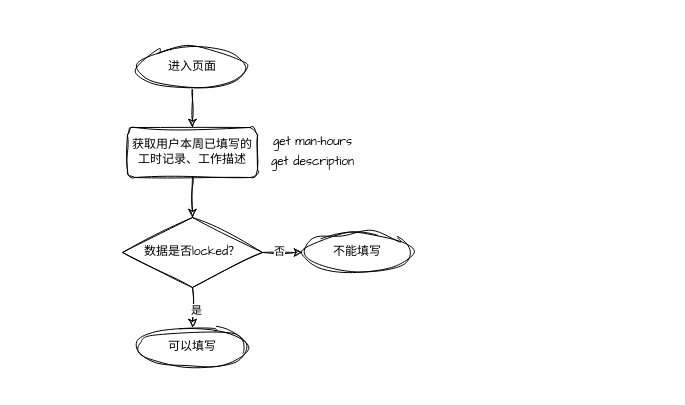
wanting12345/my-project keeps this draw.io diagram as SCUT RobotLab/未命名绘图.drawio. Above is the earlier version. Source tidied: cells renumbered, new cells numbered last; positions are measured from the earlier drawing's top-left corner, leaving out a move shared by most shapes. Both pictures are drawn from the tidied source at 100%, with x=0, y=0 at pixel (122, 47).
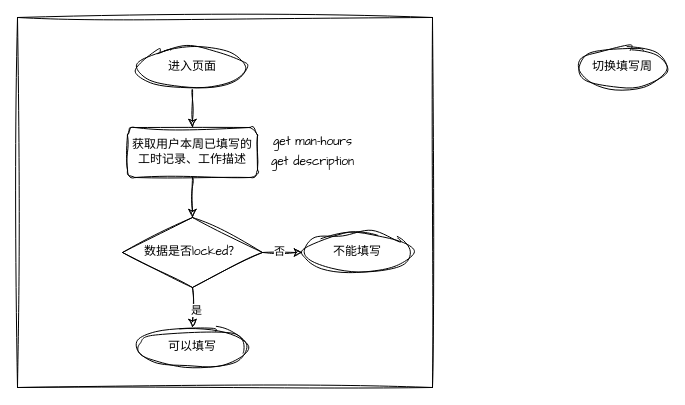
The same diagram, later.

Commit message (it also covers changes not shown here):
更新未命名绘图.drawio

Diff of the diagram source:
```diff
@@
 <mxGraphModel>
   <root>
     <mxCell id="0" />
     <mxCell id="1" parent="0" />
+    <mxCell id="15" style="rounded=0;whiteSpace=wrap;html=1;sketch=1;hachureGap=4;jiggle=2;curveFitting=1;fontFamily=Architects Daughter;" parent="1" vertex="1">
+      <mxGeometry x="-105" y="-30" width="415" height="370" as="geometry" />
+    </mxCell>
     <mxCell id="2" style="edgeStyle=orthogonalEdgeStyle;sketch=1;hachureGap=4;jiggle=2;curveFitting=1;jettySize=auto;html=1;exitX=0.5;exitY=1;exitDx=0;exitDy=0;entryX=0.5;entryY=0;entryDx=0;entryDy=0;fontFamily=Architects Daughter;" parent="1" edge="1" source="3" target="10">
       <mxGeometry relative="1" as="geometry" />
     </mxCell>
     <mxCell id="3" value="获取用户本周已填写的工时记录、工作描述" style="rounded=1;whiteSpace=wrap;html=1;sketch=1;hachureGap=4;jiggle=2;curveFitting=1;fontFamily=Architects Daughter;" parent="1" vertex="1">
       <mxGeometry x="5" y="80" width="130" height="50" as="geometry" />
     </mxCell>
     <mxCell id="4" style="edgeStyle=orthogonalEdgeStyle;sketch=1;hachureGap=4;jiggle=2;curveFitting=1;jettySize=auto;html=1;exitX=0.5;exitY=1;exitDx=0;exitDy=0;fontFamily=Architects Daughter;" parent="1" edge="1" source="5" target="3">
       <mxGeometry relative="1" as="geometry" />
     </mxCell>
     <mxCell id="5" value="进入页面" style="ellipse;whiteSpace=wrap;html=1;sketch=1;hachureGap=4;jiggle=2;curveFitting=1;fontFamily=Architects Daughter;" parent="1" vertex="1">
       <mxGeometry x="15" width="110" height="40" as="geometry" />
     </mxCell>
     <mxCell id="6" style="edgeStyle=orthogonalEdgeStyle;sketch=1;hachureGap=4;jiggle=2;curveFitting=1;jettySize=auto;html=1;exitX=0.5;exitY=1;exitDx=0;exitDy=0;fontFamily=Architects Daughter;" parent="1" edge="1" source="10" target="13">
       <mxGeometry relative="1" as="geometry" />
     </mxCell>
     <mxCell id="7" value="是" style="edgeLabel;html=1;align=center;verticalAlign=middle;sketch=1;hachureGap=4;jiggle=2;curveFitting=1;fontFamily=Architects Daughter;" parent="6" vertex="1">
       <mxGeometry x="0.12" y="3" relative="1" as="geometry" />
     </mxCell>
     <mxCell id="8" style="edgeStyle=orthogonalEdgeStyle;sketch=1;hachureGap=4;jiggle=2;curveFitting=1;jettySize=auto;html=1;exitX=1;exitY=0.5;exitDx=0;exitDy=0;entryX=0;entryY=0.5;entryDx=0;entryDy=0;fontFamily=Architects Daughter;" parent="1" edge="1" source="10" target="14">
       <mxGeometry relative="1" as="geometry" />
     </mxCell>
     <mxCell id="9" value="否" style="edgeLabel;html=1;align=center;verticalAlign=middle;sketch=1;hachureGap=4;jiggle=2;curveFitting=1;fontFamily=Architects Daughter;" parent="8" vertex="1">
       <mxGeometry x="-0.21" y="2" relative="1" as="geometry" />
     </mxCell>
     <mxCell id="10" value="数据是否locked？" style="rhombus;whiteSpace=wrap;html=1;sketch=1;hachureGap=4;jiggle=2;curveFitting=1;fontFamily=Architects Daughter;" parent="1" vertex="1">
       <mxGeometry y="170" width="140" height="70" as="geometry" />
     </mxCell>
     <mxCell id="11" value="get man-hours" style="text;html=1;align=center;verticalAlign=middle;strokeColor=none;fillColor=none;fontFamily=Architects Daughter;" parent="1" vertex="1">
       <mxGeometry x="140" y="80" width="100" height="30" as="geometry" />
     </mxCell>
     <mxCell id="12" value="get description" style="text;html=1;align=center;verticalAlign=middle;strokeColor=none;fillColor=none;fontFamily=Architects Daughter;" parent="1" vertex="1">
       <mxGeometry x="135" y="100" width="110" height="30" as="geometry" />
     </mxCell>
     <mxCell id="13" value="可以填写" style="ellipse;whiteSpace=wrap;html=1;sketch=1;hachureGap=4;jiggle=2;curveFitting=1;fontFamily=Architects Daughter;" parent="1" vertex="1">
       <mxGeometry x="15" y="280" width="110" height="40" as="geometry" />
     </mxCell>
     <mxCell id="14" value="不能填写" style="ellipse;whiteSpace=wrap;html=1;sketch=1;hachureGap=4;jiggle=2;curveFitting=1;fontFamily=Architects Daughter;" parent="1" vertex="1">
       <mxGeometry x="180" y="185" width="110" height="40" as="geometry" />
     </mxCell>
+    <mxCell id="16" value="切换填写周" style="ellipse;whiteSpace=wrap;html=1;sketch=1;hachureGap=4;jiggle=2;curveFitting=1;fontFamily=Architects Daughter;" parent="1" vertex="1">
+      <mxGeometry x="455" width="90" height="40" as="geometry" />
+    </mxCell>
   </root>
 </mxGraphModel>
```
